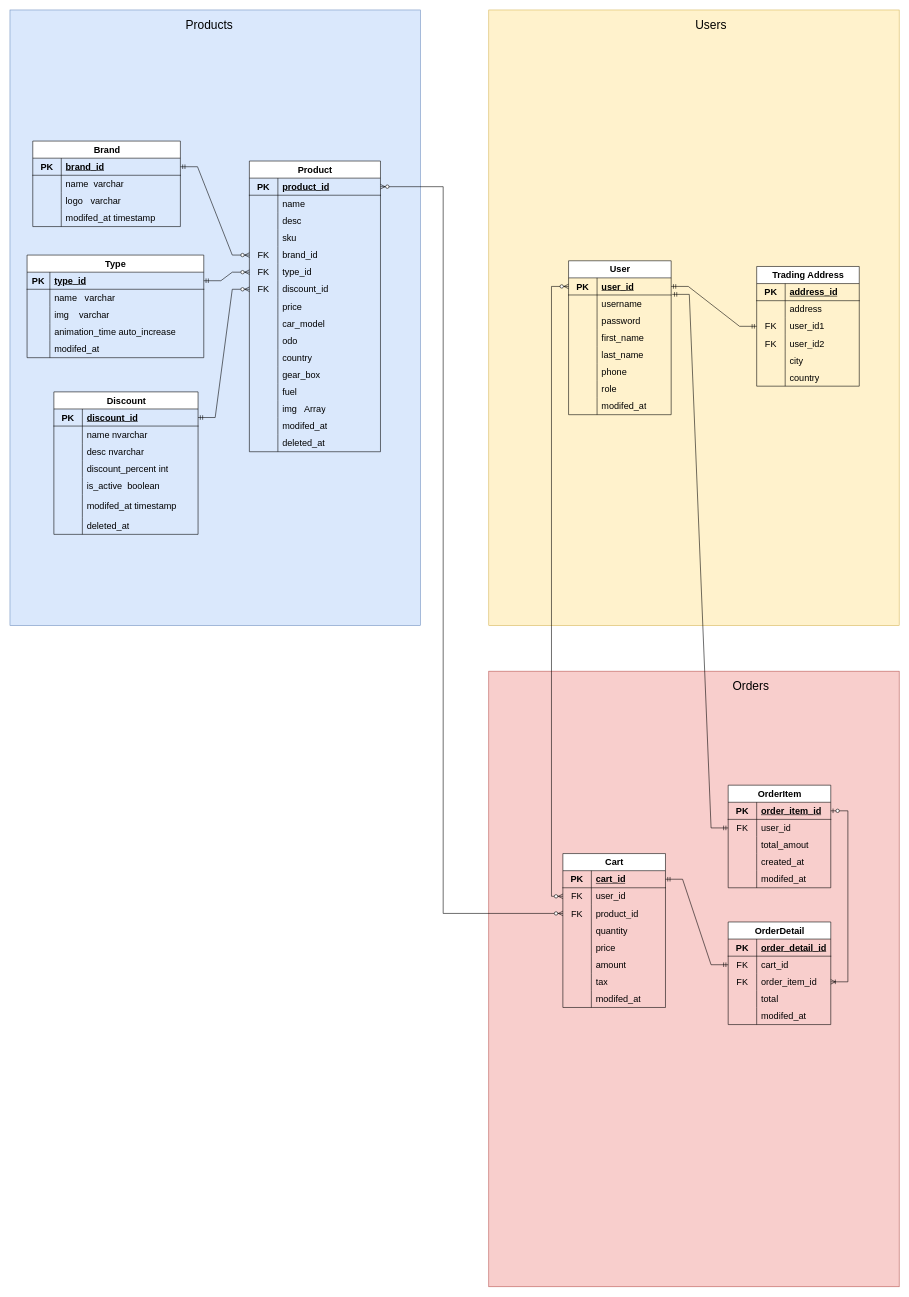
SiZedYi/Cars_Website_App keeps this draw.io diagram as diagrams/DBModel.drawio. Above is the earlier version. Source tidied: cells renumbered, new cells numbered last; positions are measured from the earlier drawing's top-left corner, leaving out a move shared by most shapes. Both pictures are drawn from the tidied source at 57%, with x=0, y=0 at pixel (10, 10).
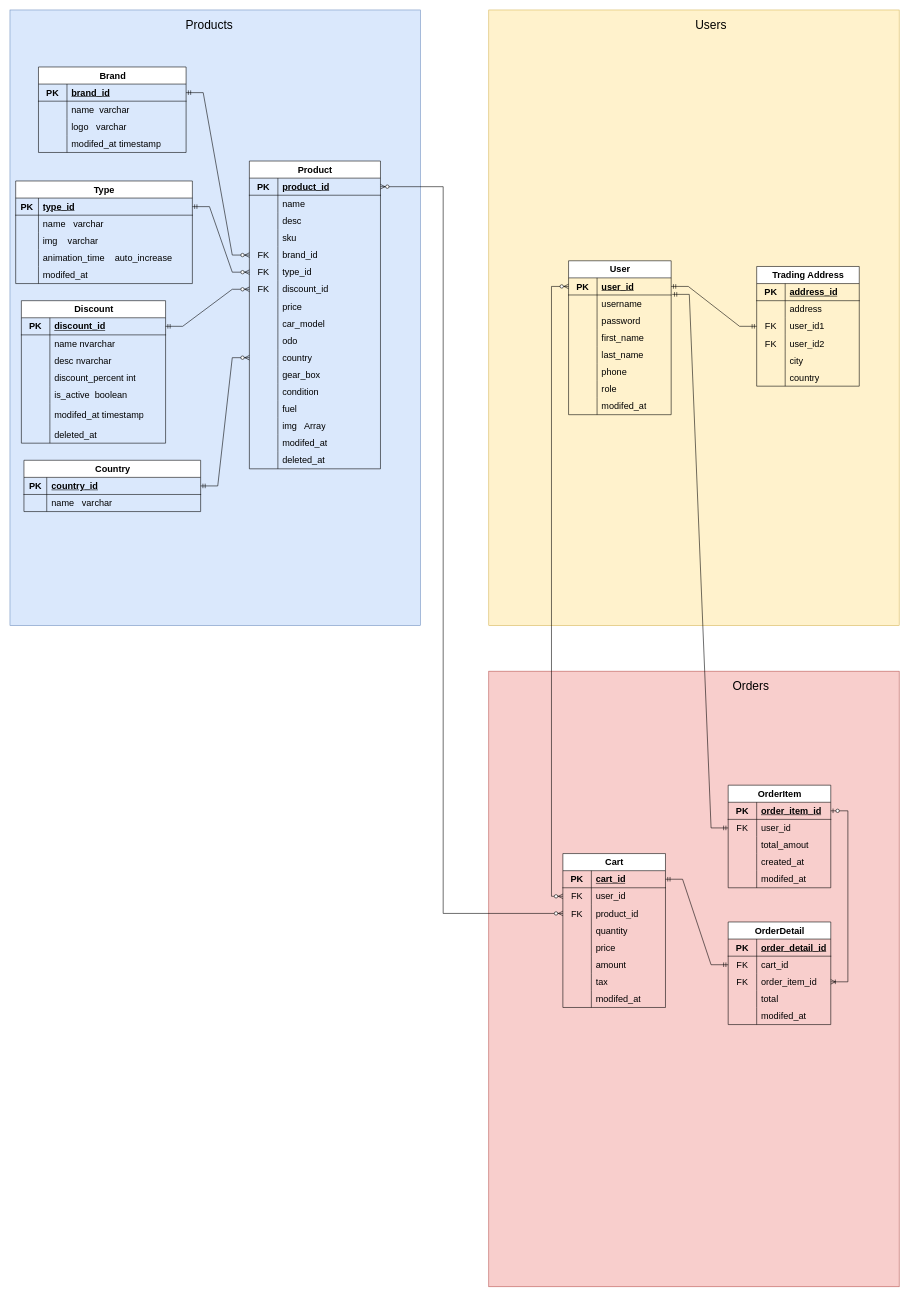
The same diagram, later.

The change refers to these unchanged cells:
```xml
<mxCell id="127" style="shape=tableRow;horizontal=0;startSize=0;swimlaneHead=0;swimlaneBody=0;fillColor=none;points=[[0,0.5],[1,0.5]];portConstraint=eastwest;top=0;left=0;right=0;bottom=0;fontSize=16;" parent="96" vertex="1">
  <mxGeometry y="330" width="230" height="30" as="geometry" />
</mxCell>
<mxCell id="168" style="shape=tableRow;horizontal=0;startSize=0;swimlaneHead=0;swimlaneBody=0;fillColor=none;top=0;left=0;right=0;bottom=0;fontSize=16;" parent="158" vertex="1">
  <mxGeometry y="120" width="310" height="30" as="geometry" />
</mxCell>
```

What changed in the source:
```diff
@@
     <mxCell id="74" value="Discount" style="shape=table;startSize=30;childLayout=tableLayout;rowLines=0;fontStyle=1;align=center;html=1;fontSize=16;" parent="1" vertex="1">
-      <mxGeometry x="77" y="670" width="253" height="250" as="geometry" />
+      <mxGeometry x="20" y="510" width="253" height="250" as="geometry" />
     </mxCell>
@@
     <mxCell id="96" value="Product" style="shape=table;startSize=30;childLayout=tableLayout;rowLines=0;fontStyle=1;align=center;html=1;fontSize=16;" parent="1" vertex="1">
-      <mxGeometry x="420" y="265" width="230" height="510" as="geometry" />
+      <mxGeometry x="420" y="265" width="230" height="540" as="geometry" />
     </mxCell>
@@
+    <mxCell id="218" style="shape=tableRow;horizontal=0;startSize=0;swimlaneHead=0;swimlaneBody=0;fillColor=none;top=0;left=0;right=0;bottom=0;fontSize=16;" parent="96" vertex="1">
+      <mxGeometry y="390" width="230" height="30" as="geometry" />
+    </mxCell>
+    <mxCell id="219" style="shape=partialRectangle;fillColor=none;top=0;left=0;bottom=0;right=0;overflow=hidden;whiteSpace=wrap;html=1;fontSize=16;" parent="218" vertex="1">
+      <mxGeometry width="50" height="30" as="geometry" />
+    </mxCell>
+    <mxCell id="220" value="condition" style="shape=partialRectangle;fillColor=none;top=0;left=0;bottom=0;right=0;align=left;spacingLeft=6;overflow=hidden;whiteSpace=wrap;html=1;fontSize=16;" parent="218" vertex="1">
+      <mxGeometry x="50" width="180" height="30" as="geometry" />
+    </mxCell>
     <mxCell id="133" style="shape=tableRow;horizontal=0;startSize=0;swimlaneHead=0;swimlaneBody=0;fillColor=none;top=0;left=0;right=0;bottom=0;fontSize=16;" parent="96" vertex="1">
-      <mxGeometry y="390" width="230" height="30" as="geometry" />
+      <mxGeometry y="420" width="230" height="30" as="geometry" />
     </mxCell>
@@
     <mxCell id="136" style="shape=tableRow;horizontal=0;startSize=0;swimlaneHead=0;swimlaneBody=0;fillColor=none;top=0;left=0;right=0;bottom=0;fontSize=16;" parent="96" vertex="1">
-      <mxGeometry y="420" width="230" height="30" as="geometry" />
+      <mxGeometry y="450" width="230" height="30" as="geometry" />
     </mxCell>
@@
     <mxCell id="139" style="shape=tableRow;horizontal=0;startSize=0;swimlaneHead=0;swimlaneBody=0;fillColor=none;top=0;left=0;right=0;bottom=0;fontSize=16;" parent="96" vertex="1">
-      <mxGeometry y="450" width="230" height="30" as="geometry" />
+      <mxGeometry y="480" width="230" height="30" as="geometry" />
     </mxCell>
@@
     <mxCell id="142" style="shape=tableRow;horizontal=0;startSize=0;swimlaneHead=0;swimlaneBody=0;fillColor=none;top=0;left=0;right=0;bottom=0;fontSize=16;" parent="96" vertex="1">
-      <mxGeometry y="480" width="230" height="30" as="geometry" />
+      <mxGeometry y="510" width="230" height="30" as="geometry" />
     </mxCell>
@@
     <mxCell id="145" value="Brand" style="shape=table;startSize=30;childLayout=tableLayout;rowLines=0;fontStyle=1;align=center;html=1;fontSize=16;" parent="1" vertex="1">
-      <mxGeometry x="40" y="230" width="259" height="150" as="geometry" />
+      <mxGeometry x="50" y="100" width="259" height="150" as="geometry" />
     </mxCell>
@@
     <mxCell id="158" value="Type" style="shape=table;startSize=30;childLayout=tableLayout;rowLines=0;fontStyle=1;align=center;html=1;fontSize=16;" parent="1" vertex="1">
-      <mxGeometry x="30" y="430" width="310" height="180" as="geometry" />
+      <mxGeometry x="10" y="300" width="310" height="180" as="geometry" />
     </mxCell>
@@
-    <mxCell id="170" value="animation_time&lt;span style=&quot;white-space: pre;&quot;&gt; &lt;/span&gt;auto_increase" style="shape=partialRectangle;fillColor=none;top=0;left=0;bottom=0;right=0;align=left;spacingLeft=6;overflow=hidden;whiteSpace=wrap;html=1;fontSize=16;" parent="168" vertex="1">
+    <mxCell id="170" value="animation_time&lt;span style=&quot;white-space: pre;&quot;&gt;    &lt;/span&gt;auto_increase" style="shape=partialRectangle;fillColor=none;top=0;left=0;bottom=0;right=0;align=left;spacingLeft=6;overflow=hidden;whiteSpace=wrap;html=1;fontSize=16;" parent="168" vertex="1">
       <mxGeometry x="40" width="270" height="30" as="geometry" />
     </mxCell>
@@
+    <mxCell id="221" value="Country" style="shape=table;startSize=30;childLayout=tableLayout;rowLines=0;fontStyle=1;align=center;html=1;fontSize=16;" parent="1" vertex="1">
+      <mxGeometry x="24.5" y="790" width="310" height="90" as="geometry" />
+    </mxCell>
+    <mxCell id="222" style="shape=tableRow;horizontal=0;startSize=0;swimlaneHead=0;swimlaneBody=0;fillColor=none;points=[[0,0.5],[1,0.5]];portConstraint=eastwest;top=0;left=0;right=0;bottom=1;fontSize=16;" parent="221" vertex="1">
+      <mxGeometry y="30" width="310" height="30" as="geometry" />
+    </mxCell>
+    <mxCell id="223" value="PK" style="shape=partialRectangle;fillColor=none;top=0;left=0;bottom=0;right=0;fontStyle=1;overflow=hidden;whiteSpace=wrap;html=1;fontSize=16;" parent="222" vertex="1">
+      <mxGeometry width="40" height="30" as="geometry" />
+    </mxCell>
+    <mxCell id="224" value="country_id" style="shape=partialRectangle;fillColor=none;top=0;left=0;bottom=0;right=0;align=left;spacingLeft=6;fontStyle=5;overflow=hidden;whiteSpace=wrap;html=1;fontSize=16;" parent="222" vertex="1">
+      <mxGeometry x="40" width="270" height="30" as="geometry" />
+    </mxCell>
+    <mxCell id="225" style="shape=tableRow;horizontal=0;startSize=0;swimlaneHead=0;swimlaneBody=0;fillColor=none;top=0;left=0;right=0;bottom=0;fontSize=16;" parent="221" vertex="1">
+      <mxGeometry y="60" width="310" height="30" as="geometry" />
+    </mxCell>
+    <mxCell id="226" style="shape=partialRectangle;fillColor=none;top=0;left=0;bottom=0;right=0;overflow=hidden;whiteSpace=wrap;html=1;fontSize=16;" parent="225" vertex="1">
+      <mxGeometry width="40" height="30" as="geometry" />
+    </mxCell>
+    <mxCell id="227" value="name&lt;span style=&quot;white-space: pre;&quot;&gt; &lt;span style=&quot;white-space: pre;&quot;&gt; &lt;/span&gt;&lt;span style=&quot;white-space: pre;&quot;&gt; &lt;/span&gt;&lt;/span&gt;varchar" style="shape=partialRectangle;fillColor=none;top=0;left=0;bottom=0;right=0;align=left;spacingLeft=6;overflow=hidden;whiteSpace=wrap;html=1;fontSize=16;" parent="225" vertex="1">
+      <mxGeometry x="40" width="270" height="30" as="geometry" />
+    </mxCell>
+    <mxCell id="228" style="edgeStyle=entityRelationEdgeStyle;fontSize=16;html=1;endArrow=ERzeroToMany;startArrow=ERmandOne;rounded=0;exitX=1;exitY=0.5;exitDx=0;exitDy=0;entryX=0;entryY=0.5;entryDx=0;entryDy=0;" parent="1" edge="1" source="222" target="127">
+      <mxGeometry relative="1" as="geometry" />
+    </mxCell>
```
